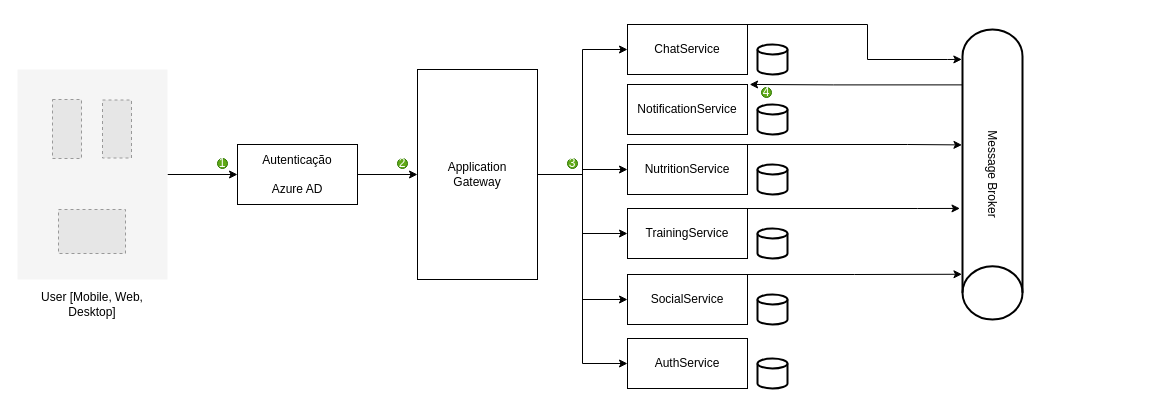
Above: page "Arquitetura da aplicação" (1 of 34) of Architecture.drawio in AlanEdward19/ShapeUp (draw.io), before the change. Source tidied: cells renumbered, new cells numbered last; positions are measured from the earlier drawing's top-left corner, leaving out a move shared by most shapes. Both pictures are drawn from the tidied source at 100%, with x=0, y=0 at pixel (17, 24). Pictures stored in the file or linked from it are replaced by grey dashed boxes.
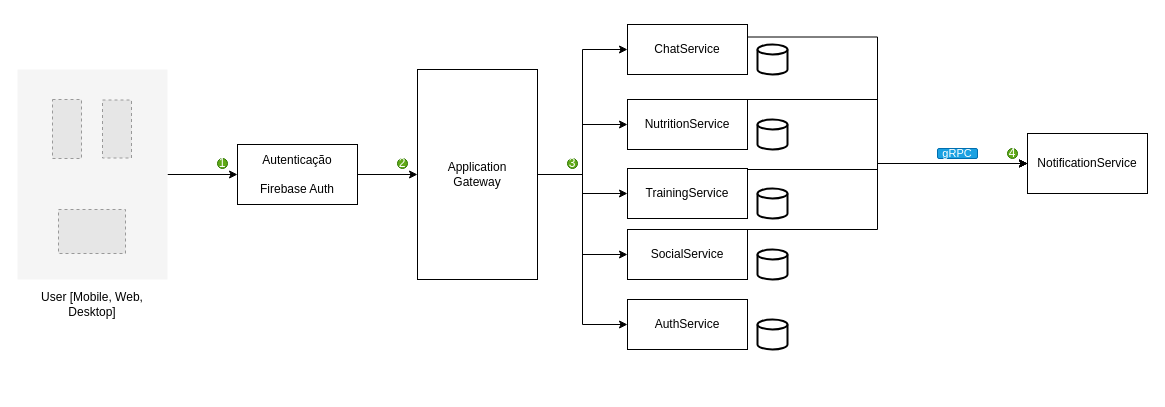
Above is the later version.

Unchanged cells that the change refers to:
```xml
<mxCell id="27" value="NutritionService" style="whiteSpace=wrap;html=1;" parent="26" vertex="1">
  <mxGeometry width="120" height="50" as="geometry" />
</mxCell>
<mxCell id="30" value="TrainingService" style="whiteSpace=wrap;html=1;" parent="29" vertex="1">
  <mxGeometry width="120" height="50" as="geometry" />
</mxCell>
<mxCell id="33" value="SocialService" style="whiteSpace=wrap;html=1;" parent="32" vertex="1">
  <mxGeometry width="120" height="50" as="geometry" />
</mxCell>
<mxCell id="36" value="ChatService" style="whiteSpace=wrap;html=1;" parent="35" vertex="1">
  <mxGeometry width="120" height="50" as="geometry" />
</mxCell>
```

The edit, as a diff of the source:
```diff
@@
-    <mxCell id="10" value="Autenticação&lt;div&gt;&lt;br&gt;&lt;/div&gt;&lt;div&gt;Azure AD&lt;/div&gt;" style="whiteSpace=wrap;html=1;" parent="1" vertex="1">
+    <mxCell id="10" value="Autenticação&lt;div&gt;&lt;br&gt;&lt;/div&gt;&lt;div&gt;Firebase Auth&lt;/div&gt;" style="whiteSpace=wrap;html=1;" parent="1" vertex="1">
       <mxGeometry x="220" y="120" width="120" height="60" as="geometry" />
     </mxCell>
@@
-    <mxCell id="17" style="edgeStyle=orthogonalEdgeStyle;rounded=0;jettySize=auto;html=1;entryX=1.018;entryY=-0.001;entryDx=0;entryDy=0;exitX=0.191;exitY=0.97;exitDx=0;exitDy=0;exitPerimeter=0;entryPerimeter=0;" parent="1" edge="1" source="18" target="24">
-      <mxGeometry relative="1" as="geometry">
-        <Array as="points">
-          <mxPoint x="816" y="60" />
-        </Array>
-      </mxGeometry>
-    </mxCell>
-    <mxCell id="18" value="Message Broker" style="strokeWidth=2;html=1;shape=mxgraph.flowchart.direct_data;whiteSpace=wrap;rotation=90;" parent="1" vertex="1">
-      <mxGeometry x="830" y="120" width="290" height="60" as="geometry" />
-    </mxCell>
-    <mxCell id="19" style="edgeStyle=orthogonalEdgeStyle;rounded=0;jettySize=auto;html=1;exitX=1;exitY=0;exitDx=0;exitDy=0;entryX=0.103;entryY=1.011;entryDx=0;entryDy=0;entryPerimeter=0;" parent="1" edge="1" source="36" target="18">
-      <mxGeometry relative="1" as="geometry">
-        <Array as="points">
-          <mxPoint x="850" />
-          <mxPoint x="850" y="35" />
-          <mxPoint x="930" y="35" />
-        </Array>
-      </mxGeometry>
-    </mxCell>
-    <mxCell id="20" style="edgeStyle=orthogonalEdgeStyle;rounded=0;jettySize=auto;html=1;exitX=1;exitY=0;exitDx=0;exitDy=0;entryX=0.398;entryY=1.009;entryDx=0;entryDy=0;entryPerimeter=0;" parent="1" edge="1" source="27" target="18">
-      <mxGeometry relative="1" as="geometry">
-        <Array as="points">
-          <mxPoint x="890" y="120" />
-        </Array>
-      </mxGeometry>
-    </mxCell>
-    <mxCell id="21" style="edgeStyle=orthogonalEdgeStyle;rounded=0;jettySize=auto;html=1;exitX=1;exitY=0;exitDx=0;exitDy=0;entryX=0.617;entryY=1.042;entryDx=0;entryDy=0;entryPerimeter=0;" parent="1" edge="1" source="30" target="18">
-      <mxGeometry relative="1" as="geometry">
-        <Array as="points">
-          <mxPoint x="900" y="184" />
-        </Array>
-      </mxGeometry>
-    </mxCell>
-    <mxCell id="22" style="edgeStyle=orthogonalEdgeStyle;rounded=0;jettySize=auto;html=1;exitX=1;exitY=0;exitDx=0;exitDy=0;entryX=0.844;entryY=1.009;entryDx=0;entryDy=0;entryPerimeter=0;" parent="1" edge="1" source="33" target="18">
-      <mxGeometry relative="1" as="geometry">
-        <Array as="points">
-          <mxPoint x="837" y="250" />
-        </Array>
-      </mxGeometry>
-    </mxCell>
-    <mxCell id="23" style="group;" parent="1" vertex="1">
-      <mxGeometry x="610" y="60" width="160" height="50" as="geometry" />
-    </mxCell>
-    <mxCell id="24" value="NotificationService" style="whiteSpace=wrap;html=1;" parent="23" vertex="1">
-      <mxGeometry width="120" height="50" as="geometry" />
-    </mxCell>
-    <mxCell id="25" style="strokeWidth=2;html=1;shape=mxgraph.flowchart.database;whiteSpace=wrap;" parent="23" vertex="1">
-      <mxGeometry x="130" y="20" width="30" height="30" as="geometry" />
-    </mxCell>
     <mxCell id="26" style="group;" parent="1" vertex="1">
-      <mxGeometry x="610" y="120" width="160" height="50" as="geometry" />
+      <mxGeometry x="610" y="75" width="160" height="50" as="geometry" />
     </mxCell>
@@
     <mxCell id="29" style="group;" parent="1" vertex="1">
-      <mxGeometry x="610" y="184" width="160" height="50" as="geometry" />
+      <mxGeometry x="610" y="144" width="160" height="50" as="geometry" />
     </mxCell>
@@
     <mxCell id="32" style="group;" parent="1" vertex="1">
-      <mxGeometry x="610" y="250" width="160" height="50" as="geometry" />
+      <mxGeometry x="610" y="205" width="160" height="50" as="geometry" />
     </mxCell>
@@
     <mxCell id="41" value="4" style="ellipse;whiteSpace=wrap;html=1;fillColor=#60a917;fontColor=#ffffff;strokeColor=#2D7600;" parent="1" vertex="1">
-      <mxGeometry x="744" y="63" width="10" height="10" as="geometry" />
+      <mxGeometry x="990" y="124" width="10" height="10" as="geometry" />
     </mxCell>
     <mxCell id="42" style="group;" parent="1" vertex="1">
-      <mxGeometry x="610" y="314" width="160" height="50" as="geometry" />
+      <mxGeometry x="610" y="275" width="160" height="50" as="geometry" />
     </mxCell>
@@
+    <mxCell id="24" value="NotificationService" style="whiteSpace=wrap;html=1;" parent="1" vertex="1">
+      <mxGeometry x="1010" y="109" width="120" height="60" as="geometry" />
+    </mxCell>
+    <mxCell id="45" style="edgeStyle=orthogonalEdgeStyle;rounded=0;jettySize=auto;html=1;exitX=1;exitY=0.25;exitDx=0;exitDy=0;entryX=0;entryY=0.5;entryDx=0;entryDy=0;" parent="1" edge="1" source="36" target="24">
+      <mxGeometry relative="1" as="geometry">
+        <Array as="points">
+          <mxPoint x="860" y="13" />
+          <mxPoint x="860" y="139" />
+        </Array>
+      </mxGeometry>
+    </mxCell>
+    <mxCell id="46" style="edgeStyle=orthogonalEdgeStyle;rounded=0;jettySize=auto;html=1;exitX=1;exitY=0;exitDx=0;exitDy=0;entryX=0;entryY=0.5;entryDx=0;entryDy=0;" parent="1" edge="1" source="27" target="24">
+      <mxGeometry relative="1" as="geometry">
+        <Array as="points">
+          <mxPoint x="860" y="75" />
+          <mxPoint x="860" y="139" />
+        </Array>
+      </mxGeometry>
+    </mxCell>
+    <mxCell id="47" style="edgeStyle=orthogonalEdgeStyle;rounded=0;jettySize=auto;html=1;exitX=1;exitY=0;exitDx=0;exitDy=0;entryX=0;entryY=0.5;entryDx=0;entryDy=0;" parent="1" edge="1" source="30" target="24">
+      <mxGeometry relative="1" as="geometry">
+        <Array as="points">
+          <mxPoint x="730" y="145" />
+          <mxPoint x="860" y="145" />
+          <mxPoint x="860" y="139" />
+        </Array>
+      </mxGeometry>
+    </mxCell>
+    <mxCell id="48" style="edgeStyle=orthogonalEdgeStyle;rounded=0;jettySize=auto;html=1;exitX=1;exitY=0;exitDx=0;exitDy=0;entryX=0;entryY=0.5;entryDx=0;entryDy=0;" parent="1" edge="1" source="33" target="24">
+      <mxGeometry relative="1" as="geometry">
+        <Array as="points">
+          <mxPoint x="860" y="205" />
+          <mxPoint x="860" y="139" />
+        </Array>
+      </mxGeometry>
+    </mxCell>
+    <mxCell id="49" value="gRPC" style="rounded=1;whiteSpace=wrap;html=1;fillColor=#1ba1e2;strokeColor=#006EAF;fontSize=11;fontColor=#ffffff;" parent="1" vertex="1">
+      <mxGeometry x="920" y="124" width="40" height="10" as="geometry" />
+    </mxCell>
```
